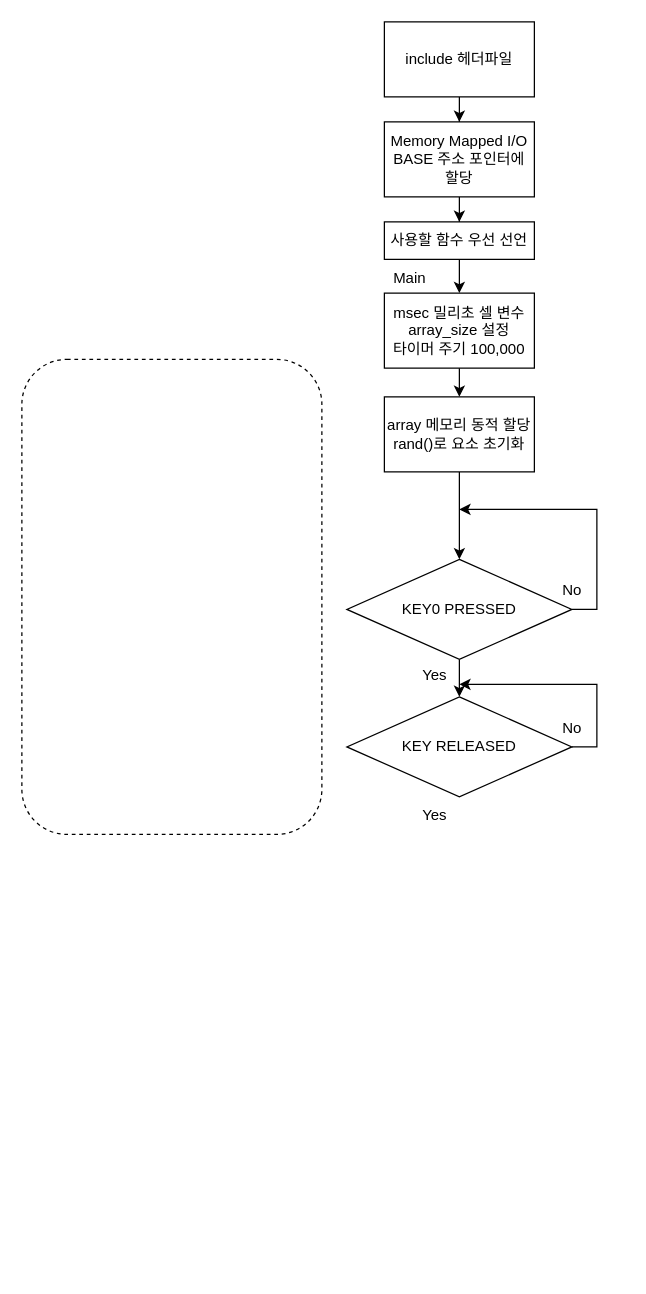
Before: Lab6.drawio in oerreo/HD_draw, a draw.io diagram. Source tidied: cells renumbered, new cells numbered last; positions are measured from the earlier drawing's top-left corner, leaving out a move shared by most shapes. Both pictures are drawn from the tidied source at 125%, with x=0, y=0 at pixel (21, 21).
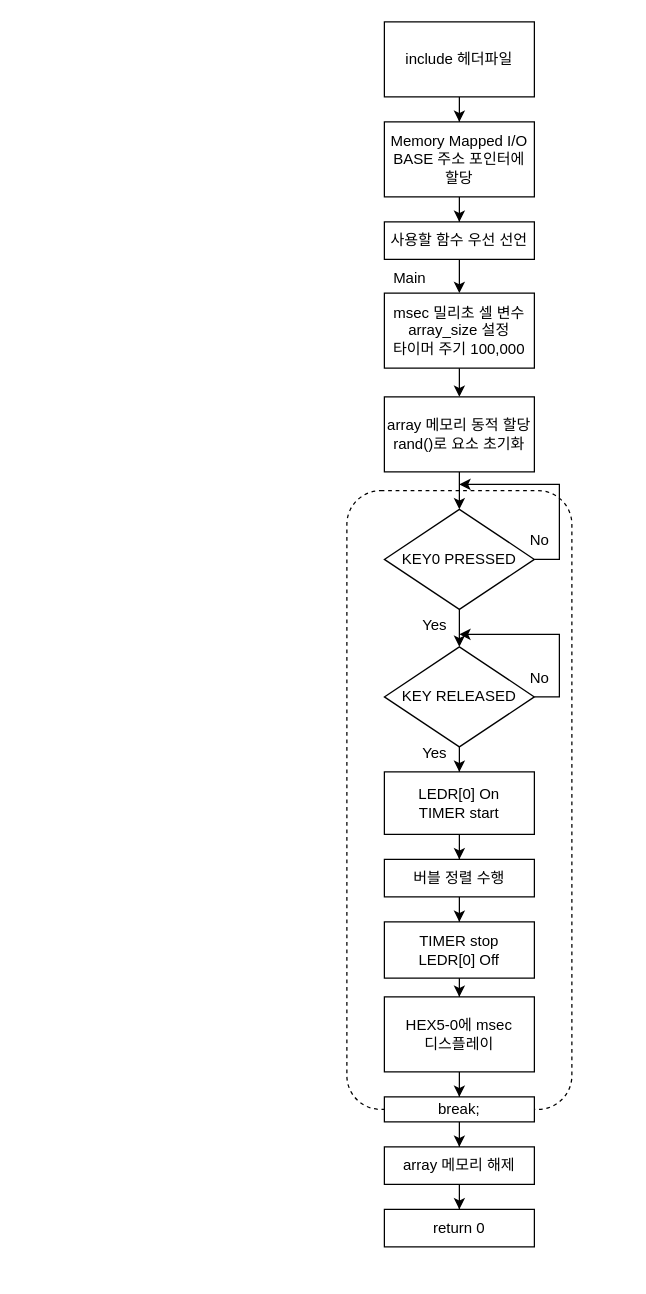
Above is the later version.

Change to the diagram source:
```diff
@@
+    <mxCell id="24" style="edgeStyle=orthogonalEdgeStyle;rounded=0;jettySize=auto;html=1;" parent="1" edge="1" source="16" target="26">
+      <mxGeometry relative="1" as="geometry" />
+    </mxCell>
+    <mxCell id="18" value="Yes" style="text;html=1;align=center;verticalAlign=middle;strokeColor=none;fillColor=none;" parent="1" vertex="1">
+      <mxGeometry x="310" y="570" width="40" height="30" as="geometry" />
+    </mxCell>
+    <mxCell id="25" style="edgeStyle=orthogonalEdgeStyle;rounded=0;jettySize=auto;html=1;" parent="1" edge="1" source="26" target="28">
+      <mxGeometry relative="1" as="geometry" />
+    </mxCell>
+    <mxCell id="26" value="LEDR[0] On&lt;div&gt;TIMER start&lt;/div&gt;" style="rounded=0;whiteSpace=wrap;html=1;" parent="1" vertex="1">
+      <mxGeometry x="290" y="600" width="120" height="50" as="geometry" />
+    </mxCell>
+    <mxCell id="27" style="edgeStyle=orthogonalEdgeStyle;rounded=0;jettySize=auto;html=1;" parent="1" edge="1" source="28" target="31">
+      <mxGeometry relative="1" as="geometry" />
+    </mxCell>
+    <mxCell id="28" value="버블 정렬 수행" style="whiteSpace=wrap;html=1;rounded=0;" parent="1" vertex="1">
+      <mxGeometry x="290" y="670" width="120" height="30" as="geometry" />
+    </mxCell>
+    <mxCell id="29" style="group;" parent="1" vertex="1">
+      <mxGeometry x="290" y="370" width="192" height="630" as="geometry" />
+    </mxCell>
-    <mxCell id="14" style="edgeStyle=orthogonalEdgeStyle;rounded=0;jettySize=auto;html=1;" parent="1" edge="1" source="15" target="16">
+    <mxCell id="14" style="edgeStyle=orthogonalEdgeStyle;rounded=0;jettySize=auto;html=1;" parent="29" edge="1" source="15" target="16">
       <mxGeometry relative="1" as="geometry" />
     </mxCell>
-    <mxCell id="15" value="KEY0 PRESSED" style="rhombus;whiteSpace=wrap;html=1;rounded=0;" parent="1" vertex="1">
-      <mxGeometry x="260" y="430" width="180" height="80" as="geometry" />
+    <mxCell id="15" value="KEY0 PRESSED" style="rhombus;whiteSpace=wrap;html=1;rounded=0;" parent="29" vertex="1">
+      <mxGeometry y="20" width="120" height="80" as="geometry" />
     </mxCell>
-    <mxCell id="16" value="KEY RELEASED" style="rhombus;whiteSpace=wrap;html=1;rounded=0;" parent="1" vertex="1">
-      <mxGeometry x="260" y="540" width="180" height="80" as="geometry" />
+    <mxCell id="16" value="KEY RELEASED" style="rhombus;whiteSpace=wrap;html=1;rounded=0;" parent="29" vertex="1">
+      <mxGeometry y="130" width="120" height="80" as="geometry" />
     </mxCell>
-    <mxCell id="17" value="Yes" style="text;html=1;align=center;verticalAlign=middle;points=[];strokeColor=none;fillColor=none;" parent="1" vertex="1">
-      <mxGeometry x="310" y="508" width="40" height="30" as="geometry" />
+    <mxCell id="17" value="Yes" style="text;html=1;align=center;verticalAlign=middle;points=[];strokeColor=none;fillColor=none;" parent="29" vertex="1">
+      <mxGeometry x="20" y="98" width="40" height="30" as="geometry" />
     </mxCell>
-    <mxCell id="18" value="Yes" style="text;html=1;align=center;verticalAlign=middle;strokeColor=none;fillColor=none;" parent="1" vertex="1">
-      <mxGeometry x="310" y="620" width="40" height="30" as="geometry" />
-    </mxCell>
-    <mxCell id="19" style="endArrow=classic;html=1;rounded=0;exitX=1;exitY=0.5;exitDx=0;exitDy=0;" parent="1" edge="1" source="15">
+    <mxCell id="19" style="endArrow=classic;html=1;rounded=0;exitX=1;exitY=0.5;exitDx=0;exitDy=0;" parent="29" edge="1" source="15">
       <mxGeometry relative="1" as="geometry">
-        <mxPoint x="350" y="390" as="targetPoint" />
+        <mxPoint x="60" as="targetPoint" />
         <Array as="points">
-          <mxPoint x="460" y="470" />
-          <mxPoint x="460" y="430" />
-          <mxPoint x="460" y="390" />
-          <mxPoint x="440" y="390" />
+          <mxPoint x="140" y="60" />
+          <mxPoint x="140" y="20" />
+          <mxPoint x="140" />
+          <mxPoint x="100" />
         </Array>
       </mxGeometry>
     </mxCell>
-    <mxCell id="20" value="No" style="text;html=1;align=center;verticalAlign=middle;strokeColor=none;fillColor=none;" parent="1" vertex="1">
-      <mxGeometry x="420" y="440" width="40" height="30" as="geometry" />
+    <mxCell id="20" value="No" style="text;html=1;align=center;verticalAlign=middle;strokeColor=none;fillColor=none;" parent="29" vertex="1">
+      <mxGeometry x="104" y="30" width="40" height="30" as="geometry" />
     </mxCell>
-    <mxCell id="21" style="rounded=1;whiteSpace=wrap;html=1;fillColor=none;dashed=1;" parent="1" vertex="1">
-      <mxGeometry y="270" width="240" height="380" as="geometry" />
-    </mxCell>
-    <mxCell id="22" style="endArrow=classic;html=1;rounded=0;exitX=1;exitY=0.5;exitDx=0;exitDy=0;entryX=1;entryY=0.733;entryDx=0;entryDy=0;entryPerimeter=0;" parent="1" edge="1" target="17">
+    <mxCell id="22" style="endArrow=classic;html=1;rounded=0;entryX=1;entryY=0.733;entryDx=0;entryDy=0;entryPerimeter=0;" parent="29" edge="1" source="16" target="17">
       <mxGeometry relative="1" as="geometry">
-        <mxPoint x="440" y="580" as="sourcePoint" />
         <Array as="points">
-          <mxPoint x="460" y="580" />
-          <mxPoint x="460" y="540" />
-          <mxPoint x="460" y="530" />
-          <mxPoint x="440" y="530" />
+          <mxPoint x="140" y="170" />
+          <mxPoint x="140" y="150" />
+          <mxPoint x="140" y="120" />
         </Array>
       </mxGeometry>
     </mxCell>
-    <mxCell id="23" value="No" style="text;html=1;align=center;verticalAlign=middle;strokeColor=none;fillColor=none;" parent="1" vertex="1">
-      <mxGeometry x="420" y="550" width="40" height="30" as="geometry" />
+    <mxCell id="23" value="No" style="text;html=1;align=center;verticalAlign=middle;strokeColor=none;fillColor=none;" parent="29" vertex="1">
+      <mxGeometry x="104" y="140" width="40" height="30" as="geometry" />
     </mxCell>
+    <mxCell id="21" style="rounded=1;whiteSpace=wrap;html=1;fillColor=none;dashed=1;" parent="29" vertex="1">
+      <mxGeometry x="-30" y="5" width="180" height="495" as="geometry" />
+    </mxCell>
+    <mxCell id="30" style="edgeStyle=orthogonalEdgeStyle;rounded=0;jettySize=auto;html=1;" parent="1" edge="1" source="31" target="33">
+      <mxGeometry relative="1" as="geometry" />
+    </mxCell>
+    <mxCell id="31" value="TIMER stop&lt;div&gt;LEDR[0] Off&lt;/div&gt;" style="whiteSpace=wrap;html=1;rounded=0;" parent="1" vertex="1">
+      <mxGeometry x="290" y="720" width="120" height="45" as="geometry" />
+    </mxCell>
+    <mxCell id="32" style="edgeStyle=orthogonalEdgeStyle;rounded=0;jettySize=auto;html=1;" parent="1" edge="1" source="33" target="35">
+      <mxGeometry relative="1" as="geometry" />
+    </mxCell>
+    <mxCell id="33" value="HEX5-0에 msec&lt;br&gt;디스플레이" style="whiteSpace=wrap;html=1;rounded=0;" parent="1" vertex="1">
+      <mxGeometry x="290" y="780" width="120" height="60" as="geometry" />
+    </mxCell>
+    <mxCell id="34" style="edgeStyle=orthogonalEdgeStyle;rounded=0;jettySize=auto;html=1;" parent="1" edge="1" source="35" target="37">
+      <mxGeometry relative="1" as="geometry" />
+    </mxCell>
+    <mxCell id="35" value="break;" style="whiteSpace=wrap;html=1;rounded=0;" parent="1" vertex="1">
+      <mxGeometry x="290" y="860" width="120" height="20" as="geometry" />
+    </mxCell>
+    <mxCell id="36" style="edgeStyle=orthogonalEdgeStyle;rounded=0;jettySize=auto;html=1;" parent="1" edge="1" source="37" target="38">
+      <mxGeometry relative="1" as="geometry" />
+    </mxCell>
+    <mxCell id="37" value="array 메모리 해제" style="whiteSpace=wrap;html=1;rounded=0;" parent="1" vertex="1">
+      <mxGeometry x="290" y="900" width="120" height="30" as="geometry" />
+    </mxCell>
+    <mxCell id="38" value="return 0" style="whiteSpace=wrap;html=1;rounded=0;" parent="1" vertex="1">
+      <mxGeometry x="290" y="950" width="120" height="30" as="geometry" />
+    </mxCell>
```
